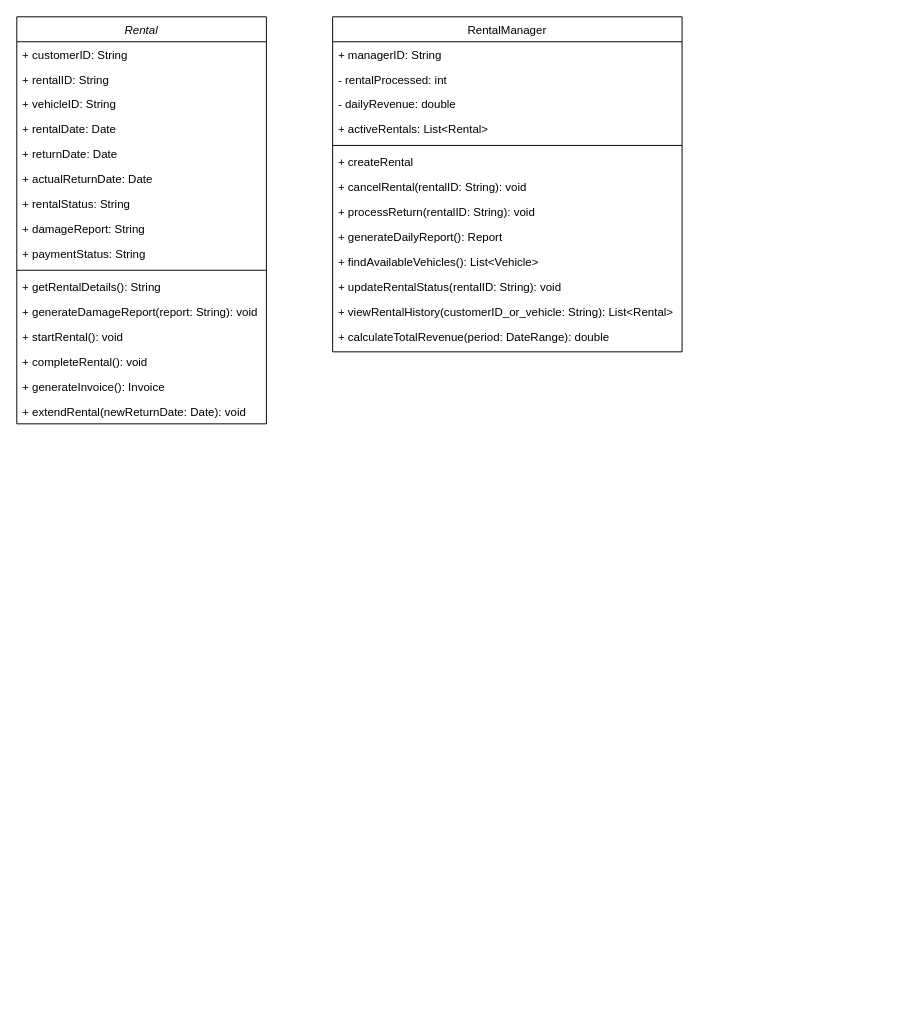
Above: HillClimmer.drawio in Dellrall/BMCS2023-OOP-group-assignment (draw.io), before the change. Source tidied: cells renumbered, new cells numbered last; positions are measured from the earlier drawing's top-left corner, leaving out a move shared by most shapes. Both pictures are drawn from the tidied source at 96%, with x=0, y=0 at pixel (16, 16).
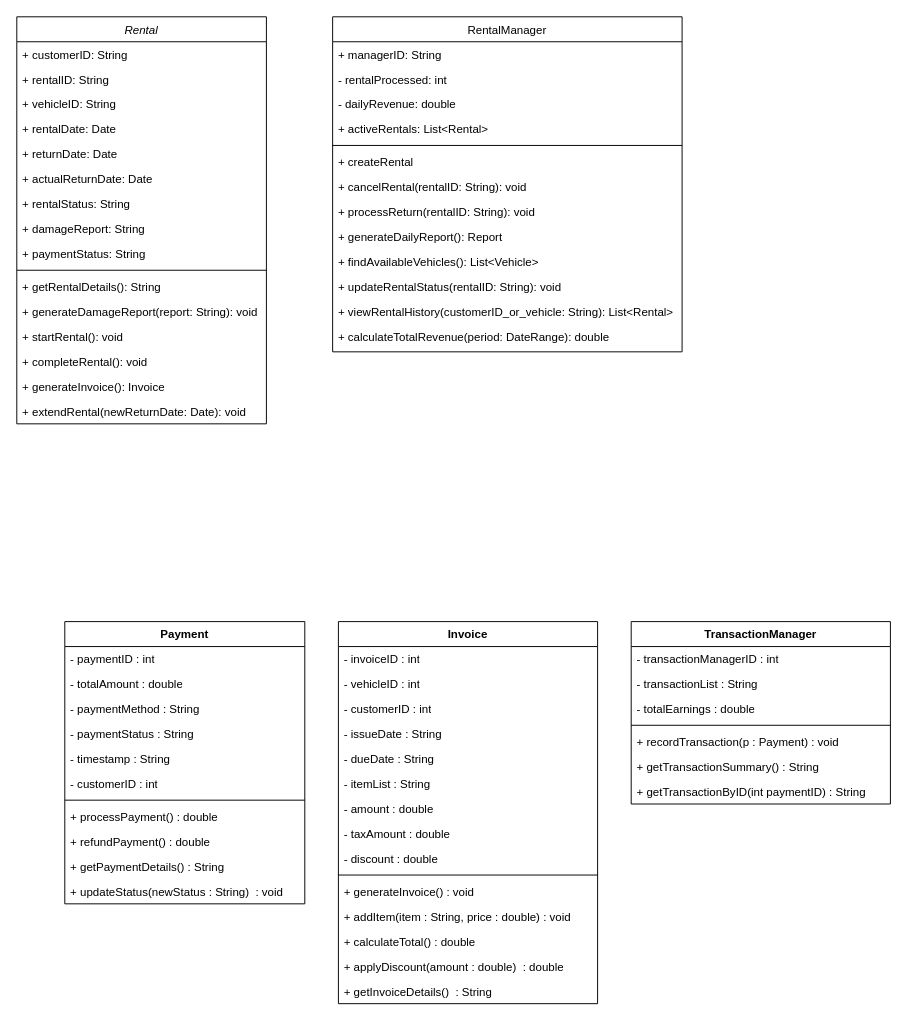
Above is the later version.

Diff of the diagram source:
```diff
@@
+    <mxCell id="33" value="Payment" style="swimlane;fontStyle=1;align=center;verticalAlign=top;horizontal=1;startSize=26;whiteSpace=wrap;html=1;" parent="1" vertex="1">
+      <mxGeometry x="50" y="630" width="250" height="294" as="geometry" />
+    </mxCell>
+    <mxCell id="34" value="- paymentID : int&lt;div&gt;&lt;br&gt;&lt;/div&gt;" style="text;strokeColor=none;fillColor=none;align=left;verticalAlign=top;spacingLeft=4;spacingRight=4;overflow=hidden;whiteSpace=wrap;html=1;" parent="33" vertex="1">
+      <mxGeometry y="26" width="250" height="26" as="geometry" />
+    </mxCell>
+    <mxCell id="35" value="- totalAmount : double" style="text;strokeColor=none;fillColor=none;align=left;verticalAlign=top;spacingLeft=4;spacingRight=4;overflow=hidden;whiteSpace=wrap;html=1;" parent="33" vertex="1">
+      <mxGeometry y="52" width="250" height="26" as="geometry" />
+    </mxCell>
+    <mxCell id="36" value="&lt;div&gt;- paymentMethod : String&lt;/div&gt;" style="text;strokeColor=none;fillColor=none;align=left;verticalAlign=top;spacingLeft=4;spacingRight=4;overflow=hidden;whiteSpace=wrap;html=1;" parent="33" vertex="1">
+      <mxGeometry y="78" width="250" height="26" as="geometry" />
+    </mxCell>
+    <mxCell id="37" value="- paymentStatus : String&lt;div&gt;&lt;br&gt;&lt;/div&gt;" style="text;strokeColor=none;fillColor=none;align=left;verticalAlign=top;spacingLeft=4;spacingRight=4;overflow=hidden;whiteSpace=wrap;html=1;" parent="33" vertex="1">
+      <mxGeometry y="104" width="250" height="26" as="geometry" />
+    </mxCell>
+    <mxCell id="38" value="- timestamp : String&lt;div&gt;&lt;br&gt;&lt;/div&gt;" style="text;strokeColor=none;fillColor=none;align=left;verticalAlign=top;spacingLeft=4;spacingRight=4;overflow=hidden;whiteSpace=wrap;html=1;" parent="33" vertex="1">
+      <mxGeometry y="130" width="250" height="26" as="geometry" />
+    </mxCell>
+    <mxCell id="39" value="- customerID : int" style="text;strokeColor=none;fillColor=none;align=left;verticalAlign=top;spacingLeft=4;spacingRight=4;overflow=hidden;whiteSpace=wrap;html=1;" parent="33" vertex="1">
+      <mxGeometry y="156" width="250" height="26" as="geometry" />
+    </mxCell>
+    <mxCell id="40" style="line;strokeWidth=1;fillColor=none;align=left;verticalAlign=middle;spacingTop=-1;spacingLeft=3;spacingRight=3;labelPosition=right;strokeColor=inherit;" parent="33" vertex="1">
+      <mxGeometry y="182" width="250" height="8" as="geometry" />
+    </mxCell>
+    <mxCell id="41" value="+ processPayment() : double" style="text;strokeColor=none;fillColor=none;align=left;verticalAlign=top;spacingLeft=4;spacingRight=4;overflow=hidden;whiteSpace=wrap;html=1;" parent="33" vertex="1">
+      <mxGeometry y="190" width="250" height="26" as="geometry" />
+    </mxCell>
+    <mxCell id="42" value="+ refundPayment() : double" style="text;strokeColor=none;fillColor=none;align=left;verticalAlign=top;spacingLeft=4;spacingRight=4;overflow=hidden;whiteSpace=wrap;html=1;" parent="33" vertex="1">
+      <mxGeometry y="216" width="250" height="26" as="geometry" />
+    </mxCell>
+    <mxCell id="43" value="+ getPaymentDetails() : String&amp;nbsp;" style="text;strokeColor=none;fillColor=none;align=left;verticalAlign=top;spacingLeft=4;spacingRight=4;overflow=hidden;whiteSpace=wrap;html=1;" parent="33" vertex="1">
+      <mxGeometry y="242" width="250" height="26" as="geometry" />
+    </mxCell>
+    <mxCell id="44" value="+ updateStatus(newStatus : String)&amp;nbsp; : void" style="text;strokeColor=none;fillColor=none;align=left;verticalAlign=top;spacingLeft=4;spacingRight=4;overflow=hidden;whiteSpace=wrap;html=1;" parent="33" vertex="1">
+      <mxGeometry y="268" width="250" height="26" as="geometry" />
+    </mxCell>
+    <mxCell id="45" value="Invoice" style="swimlane;fontStyle=1;align=center;verticalAlign=top;horizontal=1;startSize=26;whiteSpace=wrap;html=1;" parent="1" vertex="1">
+      <mxGeometry x="335" y="630" width="270" height="398" as="geometry" />
+    </mxCell>
+    <mxCell id="46" value="- invoiceID : int" style="text;strokeColor=none;fillColor=none;align=left;verticalAlign=top;spacingLeft=4;spacingRight=4;overflow=hidden;whiteSpace=wrap;html=1;" parent="45" vertex="1">
+      <mxGeometry y="26" width="270" height="26" as="geometry" />
+    </mxCell>
+    <mxCell id="47" value="- vehicleID : int" style="text;strokeColor=none;fillColor=none;align=left;verticalAlign=top;spacingLeft=4;spacingRight=4;overflow=hidden;whiteSpace=wrap;html=1;" parent="45" vertex="1">
+      <mxGeometry y="52" width="270" height="26" as="geometry" />
+    </mxCell>
+    <mxCell id="48" value="&lt;div&gt;- customerID : int&lt;/div&gt;" style="text;strokeColor=none;fillColor=none;align=left;verticalAlign=top;spacingLeft=4;spacingRight=4;overflow=hidden;whiteSpace=wrap;html=1;" parent="45" vertex="1">
+      <mxGeometry y="78" width="270" height="26" as="geometry" />
+    </mxCell>
+    <mxCell id="49" value="- issueDate : String" style="text;strokeColor=none;fillColor=none;align=left;verticalAlign=top;spacingLeft=4;spacingRight=4;overflow=hidden;whiteSpace=wrap;html=1;" parent="45" vertex="1">
+      <mxGeometry y="104" width="270" height="26" as="geometry" />
+    </mxCell>
+    <mxCell id="50" value="- dueDate : String" style="text;strokeColor=none;fillColor=none;align=left;verticalAlign=top;spacingLeft=4;spacingRight=4;overflow=hidden;whiteSpace=wrap;html=1;" parent="45" vertex="1">
+      <mxGeometry y="130" width="270" height="26" as="geometry" />
+    </mxCell>
+    <mxCell id="51" value="- itemList : String" style="text;strokeColor=none;fillColor=none;align=left;verticalAlign=top;spacingLeft=4;spacingRight=4;overflow=hidden;whiteSpace=wrap;html=1;" parent="45" vertex="1">
+      <mxGeometry y="156" width="270" height="26" as="geometry" />
+    </mxCell>
+    <mxCell id="52" value="- amount : double" style="text;strokeColor=none;fillColor=none;align=left;verticalAlign=top;spacingLeft=4;spacingRight=4;overflow=hidden;whiteSpace=wrap;html=1;" parent="45" vertex="1">
+      <mxGeometry y="182" width="270" height="26" as="geometry" />
+    </mxCell>
+    <mxCell id="53" value="- taxAmount : double" style="text;strokeColor=none;fillColor=none;align=left;verticalAlign=top;spacingLeft=4;spacingRight=4;overflow=hidden;whiteSpace=wrap;html=1;" parent="45" vertex="1">
+      <mxGeometry y="208" width="270" height="26" as="geometry" />
+    </mxCell>
+    <mxCell id="54" value="- discount : double" style="text;strokeColor=none;fillColor=none;align=left;verticalAlign=top;spacingLeft=4;spacingRight=4;overflow=hidden;whiteSpace=wrap;html=1;" parent="45" vertex="1">
+      <mxGeometry y="234" width="270" height="26" as="geometry" />
+    </mxCell>
+    <mxCell id="55" style="line;strokeWidth=1;fillColor=none;align=left;verticalAlign=middle;spacingTop=-1;spacingLeft=3;spacingRight=3;labelPosition=right;strokeColor=inherit;" parent="45" vertex="1">
+      <mxGeometry y="260" width="270" height="8" as="geometry" />
+    </mxCell>
+    <mxCell id="56" value="+ generateInvoice() : void" style="text;strokeColor=none;fillColor=none;align=left;verticalAlign=top;spacingLeft=4;spacingRight=4;overflow=hidden;whiteSpace=wrap;html=1;" parent="45" vertex="1">
+      <mxGeometry y="268" width="270" height="26" as="geometry" />
+    </mxCell>
+    <mxCell id="57" value="+ addItem(item : String, price : double) : void" style="text;strokeColor=none;fillColor=none;align=left;verticalAlign=top;spacingLeft=4;spacingRight=4;overflow=hidden;whiteSpace=wrap;html=1;" parent="45" vertex="1">
+      <mxGeometry y="294" width="270" height="26" as="geometry" />
+    </mxCell>
+    <mxCell id="58" value="+ calculateTotal() : double" style="text;strokeColor=none;fillColor=none;align=left;verticalAlign=top;spacingLeft=4;spacingRight=4;overflow=hidden;whiteSpace=wrap;html=1;" parent="45" vertex="1">
+      <mxGeometry y="320" width="270" height="26" as="geometry" />
+    </mxCell>
+    <mxCell id="59" value="+ applyDiscount(amount : double)&amp;nbsp; : double" style="text;strokeColor=none;fillColor=none;align=left;verticalAlign=top;spacingLeft=4;spacingRight=4;overflow=hidden;whiteSpace=wrap;html=1;" parent="45" vertex="1">
+      <mxGeometry y="346" width="270" height="26" as="geometry" />
+    </mxCell>
+    <mxCell id="60" value="+ getInvoiceDetails()&amp;nbsp; : String" style="text;strokeColor=none;fillColor=none;align=left;verticalAlign=top;spacingLeft=4;spacingRight=4;overflow=hidden;whiteSpace=wrap;html=1;" parent="45" vertex="1">
+      <mxGeometry y="372" width="270" height="26" as="geometry" />
+    </mxCell>
+    <mxCell id="61" value="TransactionManager" style="swimlane;fontStyle=1;align=center;verticalAlign=top;horizontal=1;startSize=26;whiteSpace=wrap;html=1;" parent="1" vertex="1">
+      <mxGeometry x="640" y="630" width="270" height="190" as="geometry" />
+    </mxCell>
+    <mxCell id="62" value="- transactionManagerID&amp;nbsp;: int" style="text;strokeColor=none;fillColor=none;align=left;verticalAlign=top;spacingLeft=4;spacingRight=4;overflow=hidden;whiteSpace=wrap;html=1;" parent="61" vertex="1">
+      <mxGeometry y="26" width="270" height="26" as="geometry" />
+    </mxCell>
+    <mxCell id="63" value="- transactionList&amp;nbsp;: String" style="text;strokeColor=none;fillColor=none;align=left;verticalAlign=top;spacingLeft=4;spacingRight=4;overflow=hidden;whiteSpace=wrap;html=1;" parent="61" vertex="1">
+      <mxGeometry y="52" width="270" height="26" as="geometry" />
+    </mxCell>
+    <mxCell id="64" value="&lt;div&gt;- totalEarnings&amp;nbsp;: double&lt;/div&gt;" style="text;strokeColor=none;fillColor=none;align=left;verticalAlign=top;spacingLeft=4;spacingRight=4;overflow=hidden;whiteSpace=wrap;html=1;" parent="61" vertex="1">
+      <mxGeometry y="78" width="270" height="26" as="geometry" />
+    </mxCell>
+    <mxCell id="65" style="line;strokeWidth=1;fillColor=none;align=left;verticalAlign=middle;spacingTop=-1;spacingLeft=3;spacingRight=3;labelPosition=right;strokeColor=inherit;" parent="61" vertex="1">
+      <mxGeometry y="104" width="270" height="8" as="geometry" />
+    </mxCell>
+    <mxCell id="66" value="+ recordTransaction(p : Payment) : void" style="text;strokeColor=none;fillColor=none;align=left;verticalAlign=top;spacingLeft=4;spacingRight=4;overflow=hidden;whiteSpace=wrap;html=1;" parent="61" vertex="1">
+      <mxGeometry y="112" width="270" height="26" as="geometry" />
+    </mxCell>
+    <mxCell id="67" value="+ getTransactionSummary() : String" style="text;strokeColor=none;fillColor=none;align=left;verticalAlign=top;spacingLeft=4;spacingRight=4;overflow=hidden;whiteSpace=wrap;html=1;" parent="61" vertex="1">
+      <mxGeometry y="138" width="270" height="26" as="geometry" />
+    </mxCell>
+    <mxCell id="68" value="+ getTransactionByID(int paymentID) : String" style="text;strokeColor=none;fillColor=none;align=left;verticalAlign=top;spacingLeft=4;spacingRight=4;overflow=hidden;whiteSpace=wrap;html=1;" parent="61" vertex="1">
+      <mxGeometry y="164" width="270" height="26" as="geometry" />
+    </mxCell>
```
